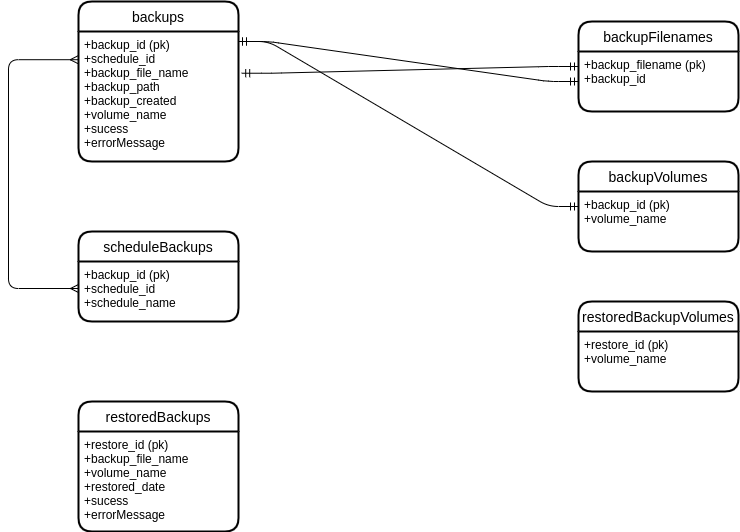
This is docs/diagrams/db-relational.drawio.png from mrllama123/docker-homelab-manager, a draw.io export, as it was before one commit. Source tidied: cells renumbered, new cells last; positions are measured from the earlier drawing's top-left corner, leaving out a move shared by most shapes.
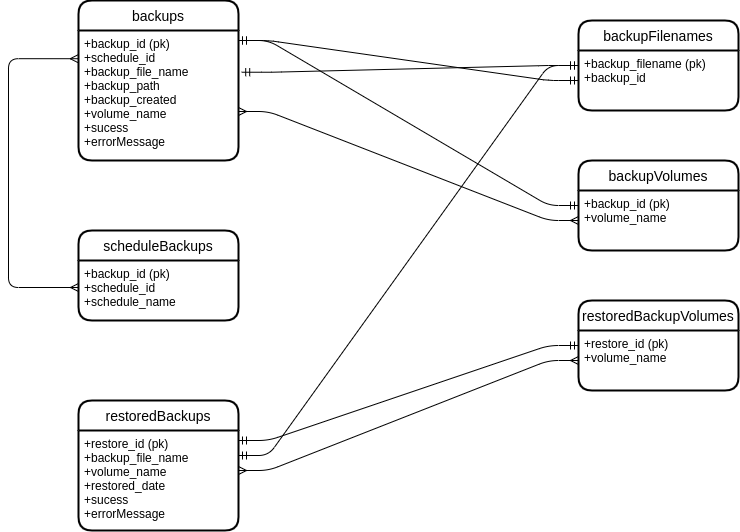
The same file after the commit.

Change to the diagram source:
```diff
@@ -62,5 +62,23 @@
         <mxPoint x="230" y="40" as="sourcePoint" />
       </mxGeometry>
     </mxCell>
+    <mxCell id="18" style="edgeStyle=entityRelationEdgeStyle;fontSize=12;html=1;endArrow=ERmany;startArrow=ERmany;entryX=0;entryY=0.5;entryDx=0;entryDy=0;" parent="1" edge="1" target="11">
+      <mxGeometry relative="1" as="geometry">
+        <mxPoint x="230" y="111" as="sourcePoint" />
+      </mxGeometry>
+    </mxCell>
+    <mxCell id="19" style="edgeStyle=entityRelationEdgeStyle;fontSize=12;html=1;endArrow=ERmany;startArrow=ERmany;entryX=0;entryY=0.5;entryDx=0;entryDy=0;" parent="1" edge="1" target="13">
+      <mxGeometry relative="1" as="geometry">
+        <mxPoint x="230" y="470" as="sourcePoint" />
+      </mxGeometry>
+    </mxCell>
+    <mxCell id="20" style="edgeStyle=entityRelationEdgeStyle;fontSize=12;html=1;endArrow=ERmandOne;startArrow=ERmandOne;entryX=0;entryY=0.25;entryDx=0;entryDy=0;" parent="1" edge="1" target="13">
+      <mxGeometry relative="1" as="geometry">
+        <mxPoint x="230" y="440" as="sourcePoint" />
+      </mxGeometry>
+    </mxCell>
+    <mxCell id="21" style="edgeStyle=entityRelationEdgeStyle;fontSize=12;html=1;endArrow=ERmandOne;startArrow=ERmandOne;entryX=0;entryY=0.25;entryDx=0;entryDy=0;exitX=1;exitY=0.25;exitDx=0;exitDy=0;" parent="1" edge="1" source="5" target="9">
+      <mxGeometry relative="1" as="geometry" />
+    </mxCell>
   </root>
 </mxGraphModel>
```
